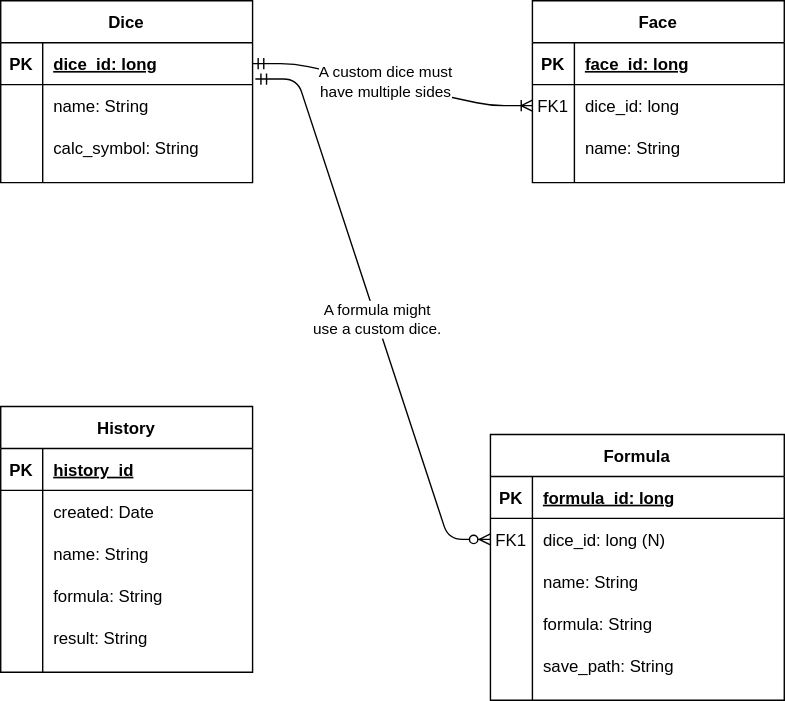
This is docs/img/erd.svg from ddc-java-12/personal-android-project-darbach, a draw.io export, as it was before one commit. Source tidied: cells renumbered, new cells last; positions are measured from the earlier drawing's top-left corner, leaving out a move shared by most shapes.
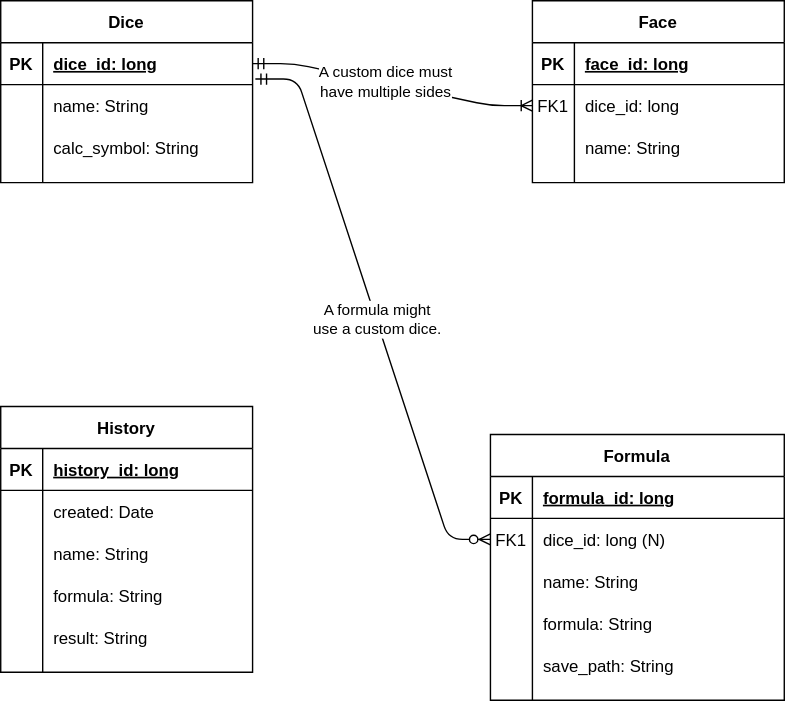
The same diagram one commit later.

Commit message:
Added type to history_id in ERD.

The edit, as a diff of the source:
```diff
@@ -125,7 +125,7 @@
     <mxCell id="42" value="PK" style="shape=partialRectangle;fillColor=none;top=0;left=0;bottom=0;right=0;fontStyle=1;overflow=hidden;" parent="41" vertex="1">
       <mxGeometry width="30" height="30" as="geometry" />
     </mxCell>
-    <mxCell id="43" value="history_id" style="shape=partialRectangle;fillColor=none;top=0;left=0;bottom=0;right=0;align=left;spacingLeft=6;fontStyle=5;overflow=hidden;" parent="41" vertex="1">
+    <mxCell id="43" value="history_id: long" style="shape=partialRectangle;fillColor=none;top=0;left=0;bottom=0;right=0;align=left;spacingLeft=6;fontStyle=5;overflow=hidden;" parent="41" vertex="1">
       <mxGeometry x="30" width="150" height="30" as="geometry" />
     </mxCell>
     <mxCell id="44" style="shape=partialRectangle;fillColor=none;top=0;left=0;bottom=0;right=0;" parent="40" vertex="1">
```
